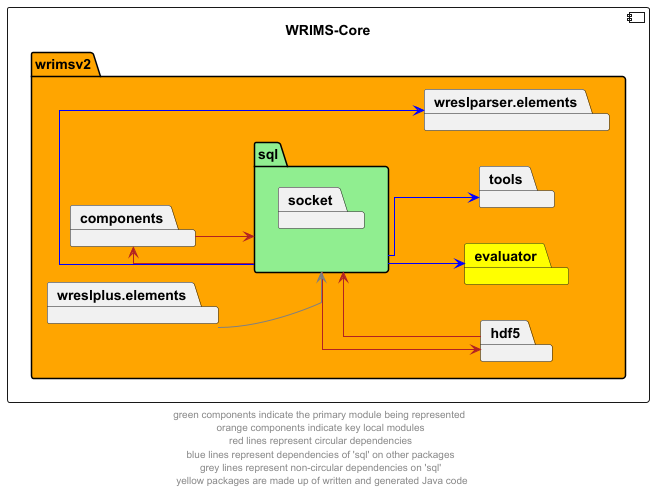
Earlier version of the PlantUML export docs/diagrams/wrims-core/wrims-core_sql.png (CentralValleyModeling/wrims).
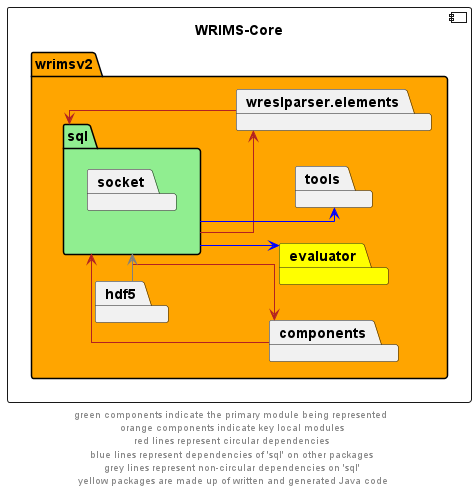
After the change.

Change to the diagram source:
```diff
@@ -12,19 +12,17 @@
         package hdf5
         package tools
         package wreslparser.elements
-        package wreslplus.elements
 }
 
-sql -r->  components #firebrick
+sql -->  components #firebrick
 components --> sql #firebrick
+sql -->  wreslparser.elements #firebrick
+wreslparser.elements --> sql #firebrick
 
 sql -->  evaluator #blue
-sql --> hdf5 #firebrick
 sql --> tools #blue
-sql -d->  wreslparser.elements #blue
 
-wreslplus.elements --> sql #grey
-hdf5 -l-> sql #firebrick
+hdf5 -l-> sql #grey
 
 
 footer "green components indicate the primary module being represented \n orange components indicate key local modules \n red lines represent circular dependencies \n blue lines represent dependencies of 'sql' on other packages \n grey lines represent non-circular dependencies on 'sql' \n yellow packages are made up of written and generated Java code"
```
